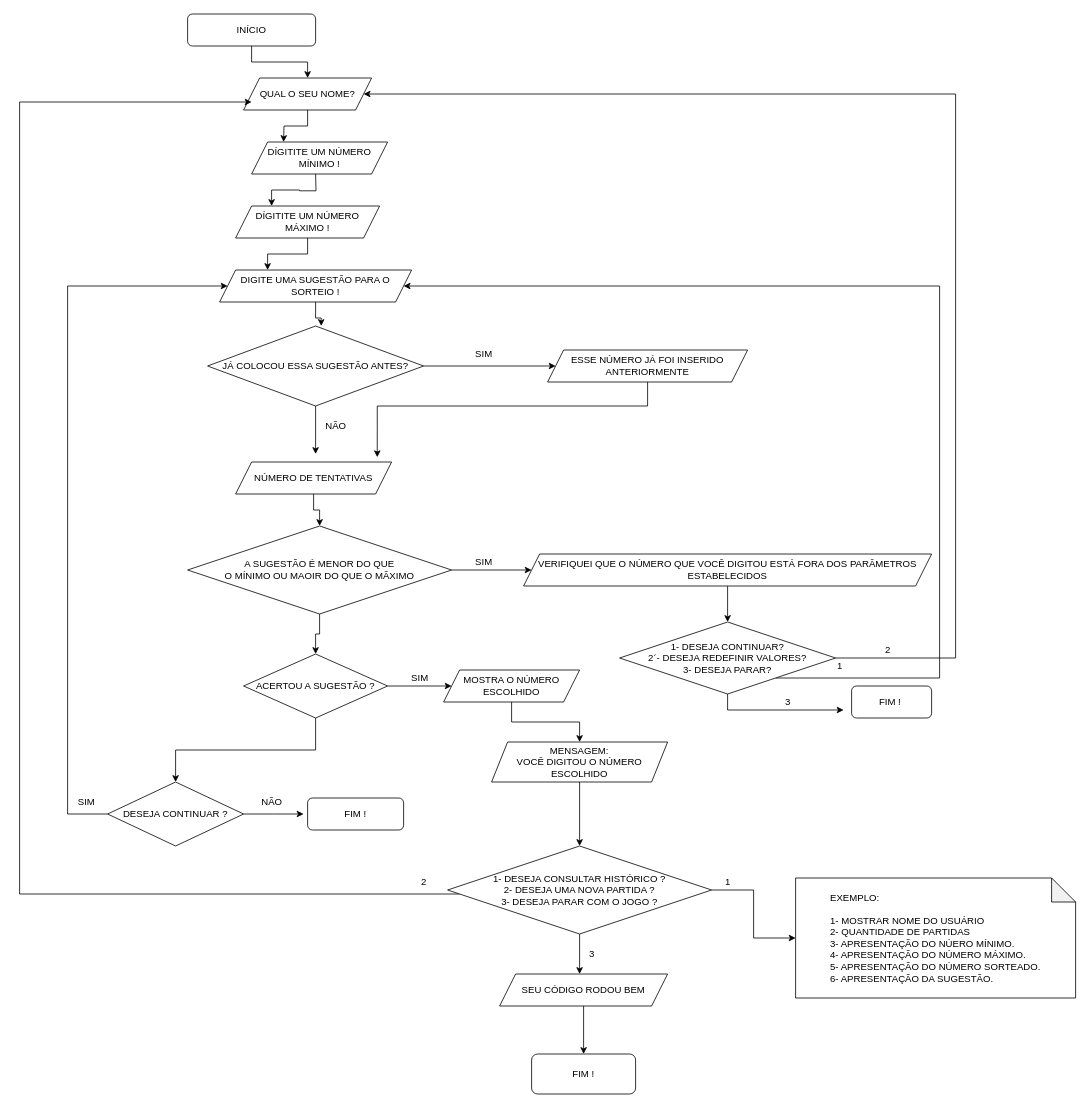
JuliaaNasc/Sorteio-da-sorte keeps this draw.io diagram as FLUXOGRAMA.drawio. Above is the earlier version. Source tidied: cells renumbered, new cells numbered last; positions are measured from the earlier drawing's top-left corner, leaving out a move shared by most shapes. Both pictures are drawn from the tidied source at 80%, with x=0, y=0 at pixel (19, 14).
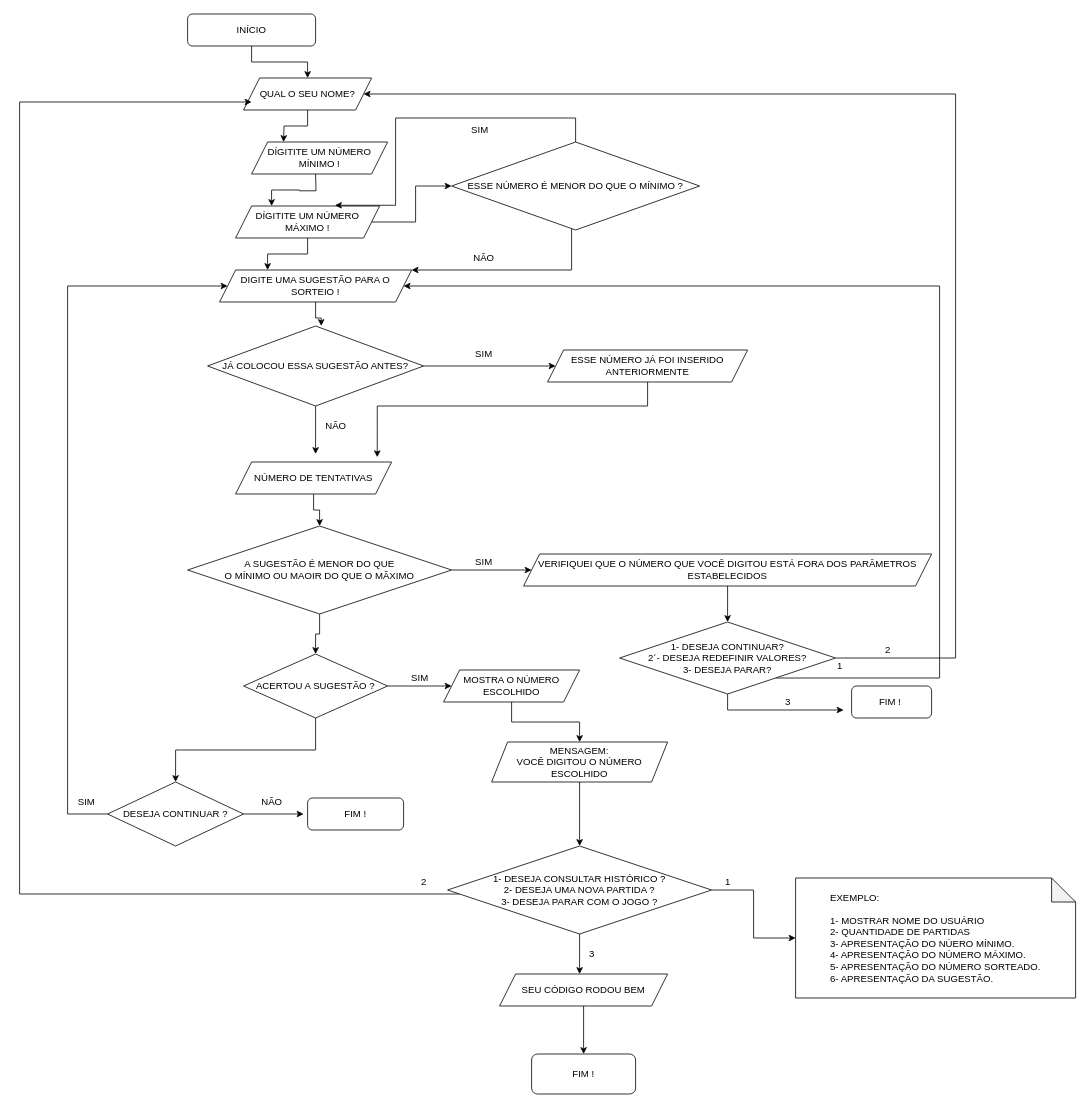
The same page after the edit.

Commit message:
FOI ADICIONADO A IMAGEN DO FLUXOGRAMA.

Unchanged cells that the change refers to:
```xml
<mxCell id="7" value="DÍGITITE UM NÚMERO MÁXIMO !" style="shape=parallelogram;perimeter=parallelogramPerimeter;whiteSpace=wrap;html=1;fixedSize=1;" parent="1" vertex="1">
  <mxGeometry x="270" y="240" width="180" height="40" as="geometry" />
</mxCell>
<mxCell id="10" value="DIGITE UMA SUGESTÃO PARA O SORTEIO !" style="shape=parallelogram;perimeter=parallelogramPerimeter;whiteSpace=wrap;html=1;fixedSize=1;" parent="1" vertex="1">
  <mxGeometry x="250" y="320" width="240" height="40" as="geometry" />
</mxCell>
```

The edit, as a diff of the source:
```diff
@@
+    <mxCell id="60" style="edgeStyle=orthogonalEdgeStyle;rounded=0;jettySize=auto;html=1;" parent="1" edge="1" source="7" target="63">
+      <mxGeometry relative="1" as="geometry" />
+    </mxCell>
@@
+    <mxCell id="61" style="edgeStyle=orthogonalEdgeStyle;rounded=0;jettySize=auto;html=1;entryX=1;entryY=0;entryDx=0;entryDy=0;" parent="1" edge="1" source="63" target="10">
+      <mxGeometry relative="1" as="geometry">
+        <Array as="points">
+          <mxPoint x="690" y="320" />
+        </Array>
+      </mxGeometry>
+    </mxCell>
+    <mxCell id="62" style="edgeStyle=orthogonalEdgeStyle;rounded=0;jettySize=auto;html=1;entryX=0.69;entryY=-0.022;entryDx=0;entryDy=0;entryPerimeter=0;" parent="1" edge="1" source="63" target="7">
+      <mxGeometry relative="1" as="geometry">
+        <Array as="points">
+          <mxPoint x="695" y="130" />
+          <mxPoint x="470" y="130" />
+          <mxPoint x="470" y="239" />
+        </Array>
+      </mxGeometry>
+    </mxCell>
+    <mxCell id="63" value="ESSE NÚMERO É MENOR DO QUE O MÍNIMO ?" style="rhombus;whiteSpace=wrap;html=1;" parent="1" vertex="1">
+      <mxGeometry x="540" y="160" width="310" height="110" as="geometry" />
+    </mxCell>
+    <mxCell id="64" value="NÃO" style="text;html=1;align=center;verticalAlign=middle;strokeColor=none;fillColor=none;" parent="1" vertex="1">
+      <mxGeometry x="555" y="290" width="50" height="30" as="geometry" />
+    </mxCell>
+    <mxCell id="65" value="SIM" style="text;html=1;align=center;verticalAlign=middle;strokeColor=none;fillColor=none;" parent="1" vertex="1">
+      <mxGeometry x="555" y="130" width="40" height="30" as="geometry" />
+    </mxCell>
```
